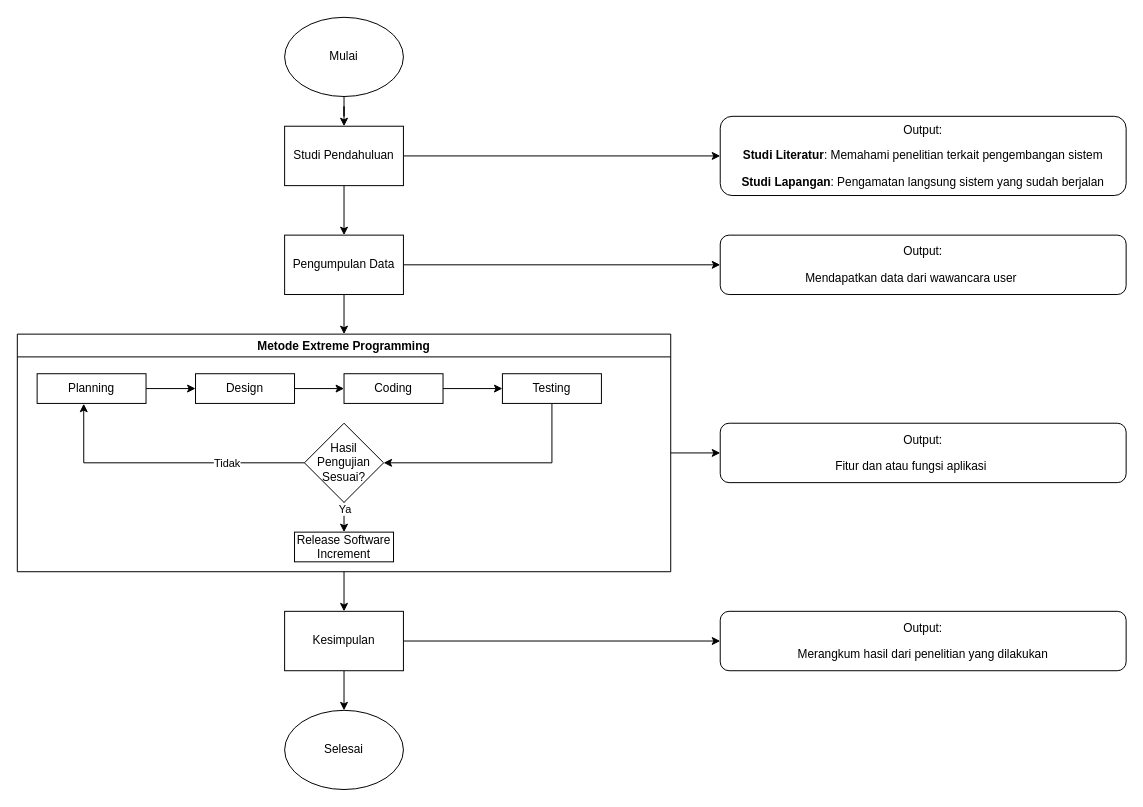
This is Tahapan Penlitian - Adam Yusron.drawio from Adamyr159/belajar-kolaborasi, a draw.io file, before an edit. Source tidied: cells renumbered, new cells numbered last; positions are measured from the earlier drawing's top-left corner, leaving out a move shared by most shapes. Both pictures are drawn from the tidied source at 99%, with x=0, y=0 at pixel (17, 17).
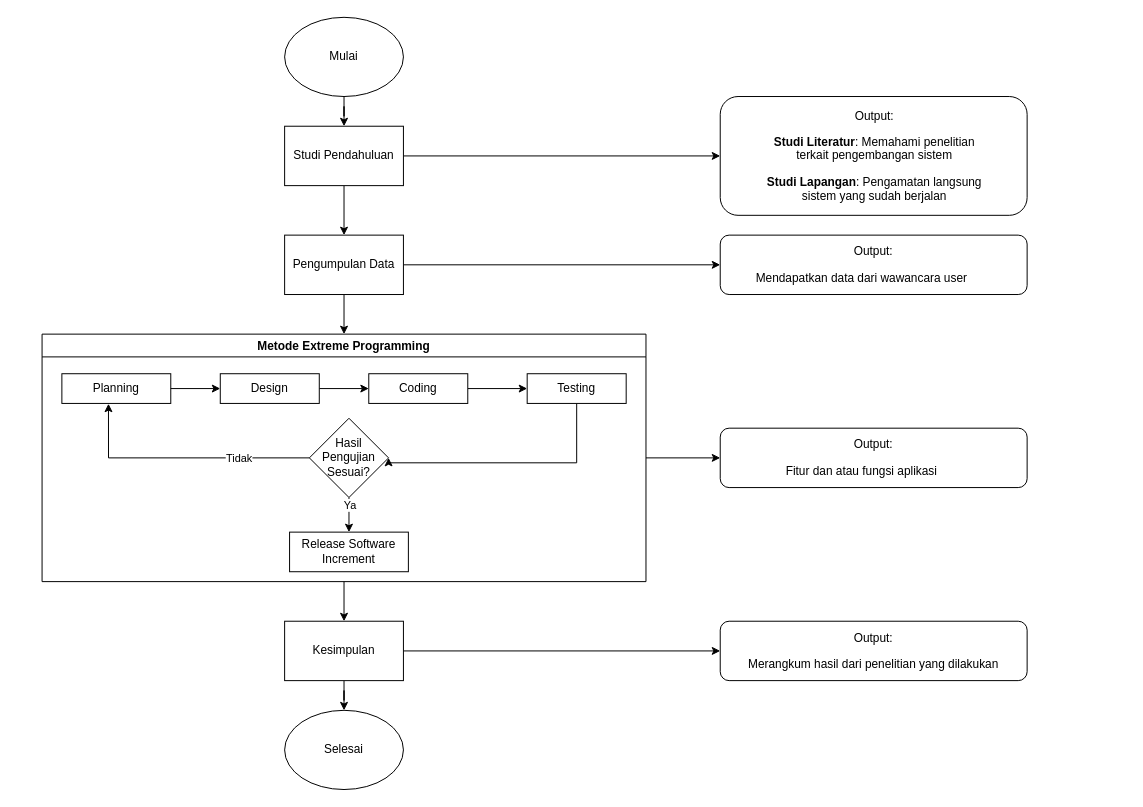
The same diagram, later.

What changed in the source:
```diff
@@
-    <mxCell id="7" value="&lt;p class=&quot;MsoNormal&quot;&gt;Output:&lt;/p&gt;&lt;p class=&quot;MsoNormal&quot;&gt;&lt;b style=&quot;background-color: transparent; color: light-dark(rgb(0, 0, 0), rgb(255, 255, 255)); text-indent: -18pt;&quot;&gt;Studi Literatur&lt;/b&gt;&lt;span style=&quot;background-color: transparent; color: light-dark(rgb(0, 0, 0), rgb(255, 255, 255)); text-indent: -18pt;&quot;&gt;: Memahami penelitian terkait&amp;nbsp;&lt;/span&gt;&lt;span style=&quot;background-color: transparent; color: light-dark(rgb(0, 0, 0), rgb(255, 255, 255)); text-indent: -18pt;&quot;&gt;pengembangan sistem&lt;/span&gt;&lt;/p&gt;&lt;p class=&quot;MsoNormal&quot;&gt;&lt;b style=&quot;text-indent: -18pt; background-color: transparent; color: light-dark(rgb(0, 0, 0), rgb(255, 255, 255));&quot;&gt;Studi Lapangan&lt;/b&gt;&lt;span style=&quot;text-indent: -18pt; background-color: transparent; color: light-dark(rgb(0, 0, 0), rgb(255, 255, 255));&quot;&gt;: Pengamatan langsung sistem yang sudah berjalan&lt;/span&gt;&lt;/p&gt;" style="rounded=1;whiteSpace=wrap;html=1;" parent="1" vertex="1">
-      <mxGeometry x="710" y="100" width="410" height="80" as="geometry" />
+    <mxCell id="7" value="&lt;p style=&quot;text-align: center;&quot; class=&quot;MsoNormal&quot;&gt;Output:&lt;/p&gt;&lt;p style=&quot;text-align: center;&quot; class=&quot;MsoNormal&quot;&gt;&lt;b style=&quot;background-color: transparent; color: light-dark(rgb(0, 0, 0), rgb(255, 255, 255)); text-indent: -18pt;&quot;&gt;Studi Literatur&lt;/b&gt;&lt;span style=&quot;background-color: transparent; color: light-dark(rgb(0, 0, 0), rgb(255, 255, 255)); text-indent: -18pt;&quot;&gt;: Memahami penelitian terkait&amp;nbsp;&lt;/span&gt;&lt;span style=&quot;background-color: transparent; color: light-dark(rgb(0, 0, 0), rgb(255, 255, 255)); text-indent: -18pt;&quot;&gt;pengembangan sistem&lt;/span&gt;&lt;/p&gt;&lt;p style=&quot;text-align: center;&quot; class=&quot;MsoNormal&quot;&gt;&lt;b style=&quot;text-indent: -18pt; background-color: transparent; color: light-dark(rgb(0, 0, 0), rgb(255, 255, 255));&quot;&gt;Studi Lapangan&lt;/b&gt;&lt;span style=&quot;text-indent: -18pt; background-color: transparent; color: light-dark(rgb(0, 0, 0), rgb(255, 255, 255));&quot;&gt;: Pengamatan langsung &lt;br&gt;sistem&amp;nbsp;&lt;/span&gt;&lt;span style=&quot;background-color: transparent; color: light-dark(rgb(0, 0, 0), rgb(255, 255, 255)); text-indent: -18pt;&quot;&gt;yang sudah berjalan&lt;/span&gt;&lt;/p&gt;" style="rounded=1;whiteSpace=wrap;html=1;align=left;" parent="1" vertex="1">
+      <mxGeometry x="710" y="80" width="310" height="120" as="geometry" />
     </mxCell>
@@
     <mxCell id="11" value="&lt;p class=&quot;MsoNormal&quot;&gt;Output:&lt;/p&gt;&lt;p style=&quot;text-indent: -24px;&quot; class=&quot;MsoNormal&quot;&gt;Mendapatkan data dari wawancara user&lt;/p&gt;" style="rounded=1;whiteSpace=wrap;html=1;" parent="1" vertex="1">
-      <mxGeometry x="710" y="220" width="410" height="60" as="geometry" />
+      <mxGeometry x="710" y="220" width="310" height="60" as="geometry" />
     </mxCell>
@@
     <mxCell id="14" value="Metode Extreme Programming" style="swimlane;" parent="1" vertex="1">
-      <mxGeometry y="320" width="660" height="240" as="geometry" />
+      <mxGeometry x="25" y="320" width="610" height="250" as="geometry" />
     </mxCell>
@@
     <mxCell id="23" value="Release Software Increment" style="rounded=0;whiteSpace=wrap;html=1;" parent="14" vertex="1">
-      <mxGeometry x="280" y="200" width="100" height="30" as="geometry" />
+      <mxGeometry x="250" y="200" width="120" height="40" as="geometry" />
     </mxCell>
@@
     <mxCell id="26" value="Hasil Pengujian Sesuai?" style="rhombus;whiteSpace=wrap;html=1;" parent="14" vertex="1">
-      <mxGeometry x="290" y="90" width="80" height="80" as="geometry" />
+      <mxGeometry x="270" y="85" width="80" height="80" as="geometry" />
     </mxCell>
@@
     <mxCell id="29" value="&lt;p class=&quot;MsoNormal&quot;&gt;Output:&lt;/p&gt;&lt;p style=&quot;text-indent: -24px;&quot; class=&quot;MsoNormal&quot;&gt;Fitur dan atau fungsi aplikasi&lt;/p&gt;" style="rounded=1;whiteSpace=wrap;html=1;" parent="1" vertex="1">
-      <mxGeometry x="710" y="410" width="410" height="60" as="geometry" />
+      <mxGeometry x="710" y="415" width="310" height="60" as="geometry" />
     </mxCell>
@@
     <mxCell id="32" value="Kesimpulan" style="rounded=0;whiteSpace=wrap;html=1;" parent="1" vertex="1">
-      <mxGeometry x="270" y="600" width="120" height="60" as="geometry" />
+      <mxGeometry x="270" y="610" width="120" height="60" as="geometry" />
     </mxCell>
@@
     <mxCell id="34" value="&lt;p class=&quot;MsoNormal&quot;&gt;Output:&lt;/p&gt;&lt;p class=&quot;MsoNormal&quot;&gt;Merangkum hasil dari penelitian yang dilakukan&lt;/p&gt;" style="rounded=1;whiteSpace=wrap;html=1;" parent="1" vertex="1">
-      <mxGeometry x="710" y="600" width="410" height="60" as="geometry" />
+      <mxGeometry x="710" y="610" width="310" height="60" as="geometry" />
     </mxCell>
```
